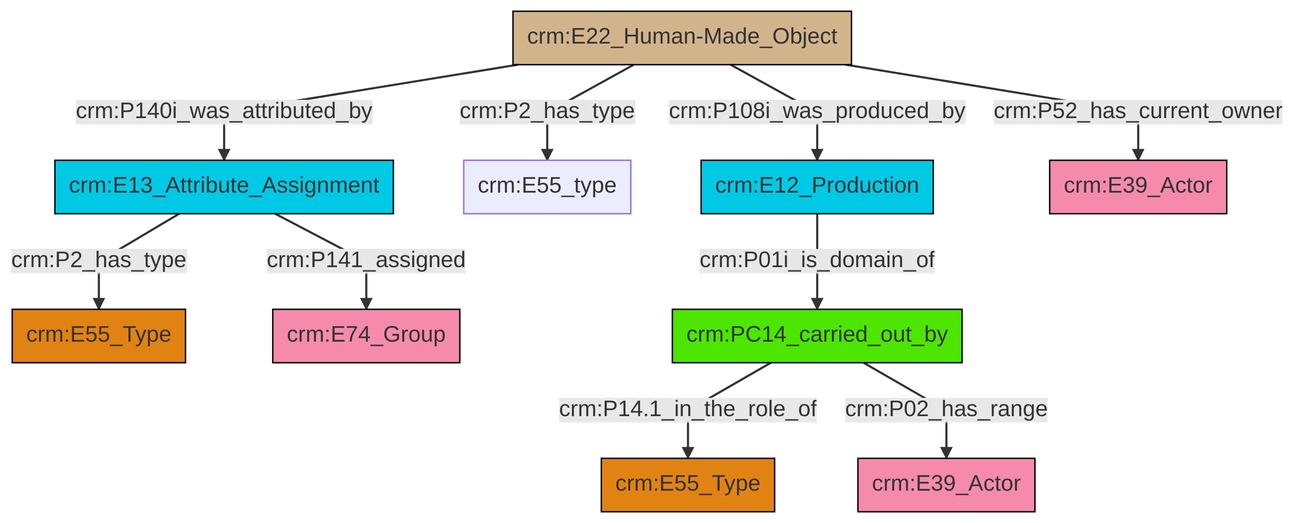
The Mermaid diagram et/builtWorkCSV/ttl/mmd/png/Built_Work_actor_relations.png in swiss-art-research-net/reference-data-models, before a commit. Its source is kept beside it as et/builtWorkCSV/ttl/mmd/Built_Work_actor_relations.ttl.mmd.
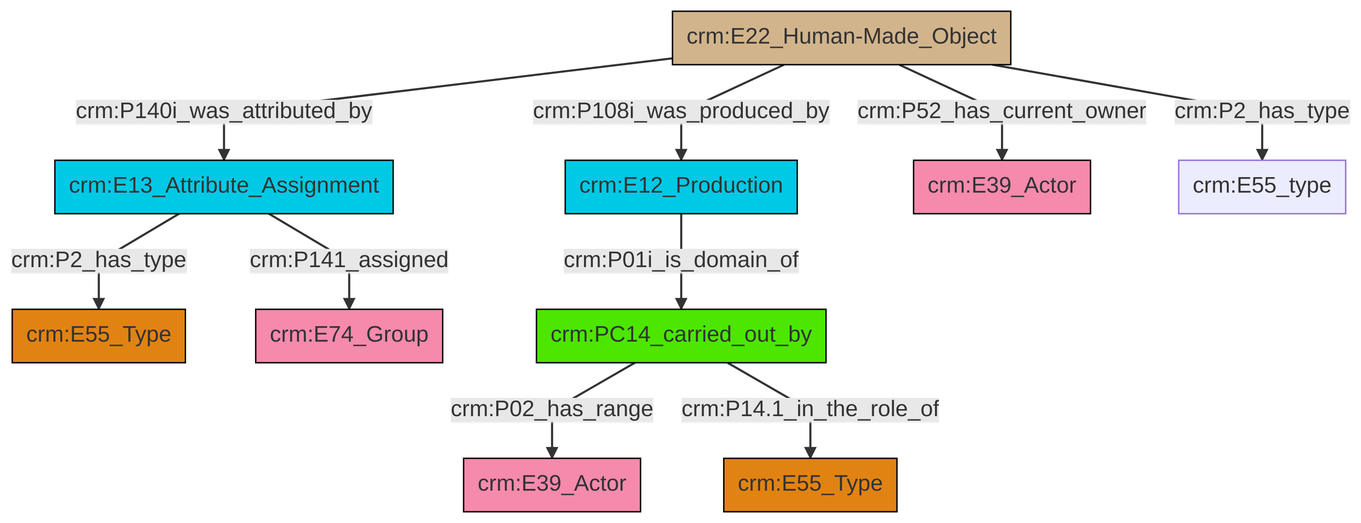
After the commit.

Change to the diagram source:
```diff
@@ -13,12 +13,12 @@
 classDef PC_Classes fill:#4ce600, stroke:#000000;
 classDef Multi fill:#cccccc,stroke:#000000;
 
-0["crm:E22_Human-Made_Object"]:::Physical_Thing -->|crm:P140i_was_attributed_by| 1["crm:E13_Attribute_Assignment"]:::Temporal_Entity
-1["crm:E13_Attribute_Assignment"]:::Temporal_Entity -->|crm:P141_assigned| 11["crm:E74_Group"]:::Actor
-0["crm:E22_Human-Made_Object"]:::Physical_Thing -->|crm:P108i_was_produced_by| 7["crm:E12_Production"]:::Temporal_Entity
-7["crm:E12_Production"]:::Temporal_Entity -->|crm:P01i_is_domain_of| 13["crm:PC14_carried_out_by"]:::PC_Classes
-0["crm:E22_Human-Made_Object"]:::Physical_Thing -->|crm:P52_has_current_owner| 18["crm:E39_Actor"]:::Actor
-0["crm:E22_Human-Made_Object"]:::Physical_Thing -->|crm:P2_has_type| 3["crm:E55_type"]:::Default
-13["crm:PC14_carried_out_by"]:::PC_Classes -->|crm:P14.1_in_the_role_of| 9["crm:E55_Type"]:::Type
-1["crm:E13_Attribute_Assignment"]:::Temporal_Entity -->|crm:P2_has_type| 5["crm:E55_Type"]:::Type
-13["crm:PC14_carried_out_by"]:::PC_Classes -->|crm:P02_has_range| 14["crm:E39_Actor"]:::Actor
+4["crm:E13_Attribute_Assignment"]:::Temporal_Entity -->|crm:P141_assigned| 5["crm:E74_Group"]:::Actor
+6["crm:PC14_carried_out_by"]:::PC_Classes -->|crm:P02_has_range| 7["crm:E39_Actor"]:::Actor
+4["crm:E13_Attribute_Assignment"]:::Temporal_Entity -->|crm:P2_has_type| 2["crm:E55_Type"]:::Type
+10["crm:E22_Human-Made_Object"]:::Physical_Thing -->|crm:P52_has_current_owner| 8["crm:E39_Actor"]:::Actor
+10["crm:E22_Human-Made_Object"]:::Physical_Thing -->|crm:P140i_was_attributed_by| 4["crm:E13_Attribute_Assignment"]:::Temporal_Entity
+6["crm:PC14_carried_out_by"]:::PC_Classes -->|crm:P14.1_in_the_role_of| 11["crm:E55_Type"]:::Type
+10["crm:E22_Human-Made_Object"]:::Physical_Thing -->|crm:P108i_was_produced_by| 0["crm:E12_Production"]:::Temporal_Entity
+10["crm:E22_Human-Made_Object"]:::Physical_Thing -->|crm:P2_has_type| 18["crm:E55_type"]:::Default
+0["crm:E12_Production"]:::Temporal_Entity -->|crm:P01i_is_domain_of| 6["crm:PC14_carried_out_by"]:::PC_Classes
```
